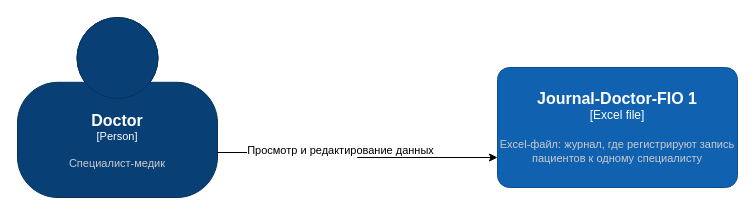
KatodForAnod/architecture-medikamente keeps this draw.io diagram as Task1/data flow diagrams/doctor_client.drawio.xml. Above is the earlier version. Source tidied: cells renumbered, new cells numbered last; positions are measured from the earlier drawing's top-left corner, leaving out a move shared by most shapes. Both pictures are drawn from the tidied source at 100%, with x=0, y=0 at pixel (17, 17).
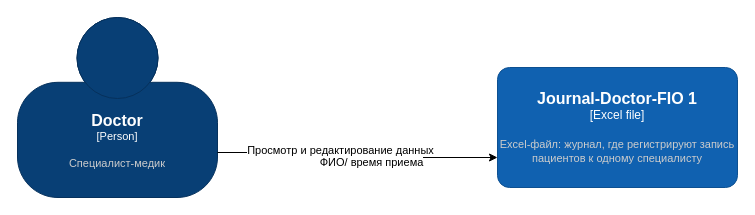
The same diagram, later.

The edit, as a diff of the source:
```diff
@@
 <mxGraphModel>
   <root>
     <mxCell id="0" />
     <mxCell id="1" parent="0" />
     <object id="2" label="&lt;font style=&quot;font-size: 16px&quot;&gt;&lt;b&gt;%c4Name%&lt;/b&gt;&lt;/font&gt;&lt;div&gt;[%c4Type%]&lt;/div&gt;&lt;br&gt;&lt;div&gt;&lt;font style=&quot;font-size: 11px&quot;&gt;&lt;font color=&quot;#cccccc&quot;&gt;%c4Description%&lt;/font&gt;&lt;/div&gt;" c4Description="Специалист-медик" c4Name="Doctor" c4Type="Person" placeholders="1">
       <mxCell style="html=1;fontSize=11;dashed=0;whiteSpace=wrap;fillColor=#083F75;strokeColor=#06315C;fontColor=#ffffff;shape=mxgraph.c4.person2;align=center;points=[[0.5,0,0],[1,0.5,0],[1,0.75,0],[0.75,1,0],[0.5,1,0],[0.25,1,0],[0,0.75,0],[0,0.5,0]];" parent="1" vertex="1">
         <mxGeometry width="200" height="180" as="geometry" />
       </mxCell>
     </object>
     <object id="3" label="&lt;font style=&quot;font-size: 16px&quot;&gt;&lt;b&gt;%c4Name%&lt;/b&gt;&lt;/font&gt;&lt;div&gt;[%c4Type%]&lt;/div&gt;&lt;br&gt;&lt;div&gt;&lt;font style=&quot;font-size: 11px&quot;&gt;&lt;font color=&quot;#cccccc&quot;&gt;%c4Description%&lt;/font&gt;&lt;/div&gt;" c4Description="Excel-файл: журнал, где регистрируют запись пациентов к одному специалисту" c4Name="Journal-Doctor-FIO 1" c4Type="Excel file" placeholders="1">
       <mxCell style="rounded=1;whiteSpace=wrap;html=1;labelBackgroundColor=none;fillColor=#1061B0;fontColor=#ffffff;align=center;arcSize=10;strokeColor=#0D5091;points=[[0.25,0,0],[0.5,0,0],[0.75,0,0],[1,0.25,0],[1,0.5,0],[1,0.75,0],[0.75,1,0],[0.5,1,0],[0.25,1,0],[0,0.75,0],[0,0.5,0],[0,0.25,0]];" parent="1" vertex="1">
         <mxGeometry x="480" y="50" width="240" height="120" as="geometry" />
       </mxCell>
     </object>
     <mxCell id="4" style="edgeStyle=orthogonalEdgeStyle;rounded=0;jettySize=auto;html=1;exitX=1;exitY=0.75;exitDx=0;exitDy=0;exitPerimeter=0;entryX=0;entryY=0.75;entryDx=0;entryDy=0;entryPerimeter=0;" parent="1" edge="1" source="2" target="3">
       <mxGeometry relative="1" as="geometry" />
     </mxCell>
     <mxCell id="5" value="Просмотр и редактирование данных" style="edgeLabel;html=1;align=center;verticalAlign=middle;" parent="4" vertex="1">
       <mxGeometry x="-0.37" y="3" relative="1" as="geometry">
         <mxPoint x="32" as="offset" />
       </mxGeometry>
     </mxCell>
+    <mxCell id="6" value="ФИО/ время приема" style="edgeLabel;html=1;align=center;verticalAlign=middle;" parent="4" vertex="1">
+      <mxGeometry x="0.11" y="-4" relative="1" as="geometry" />
+    </mxCell>
   </root>
 </mxGraphModel>
```
